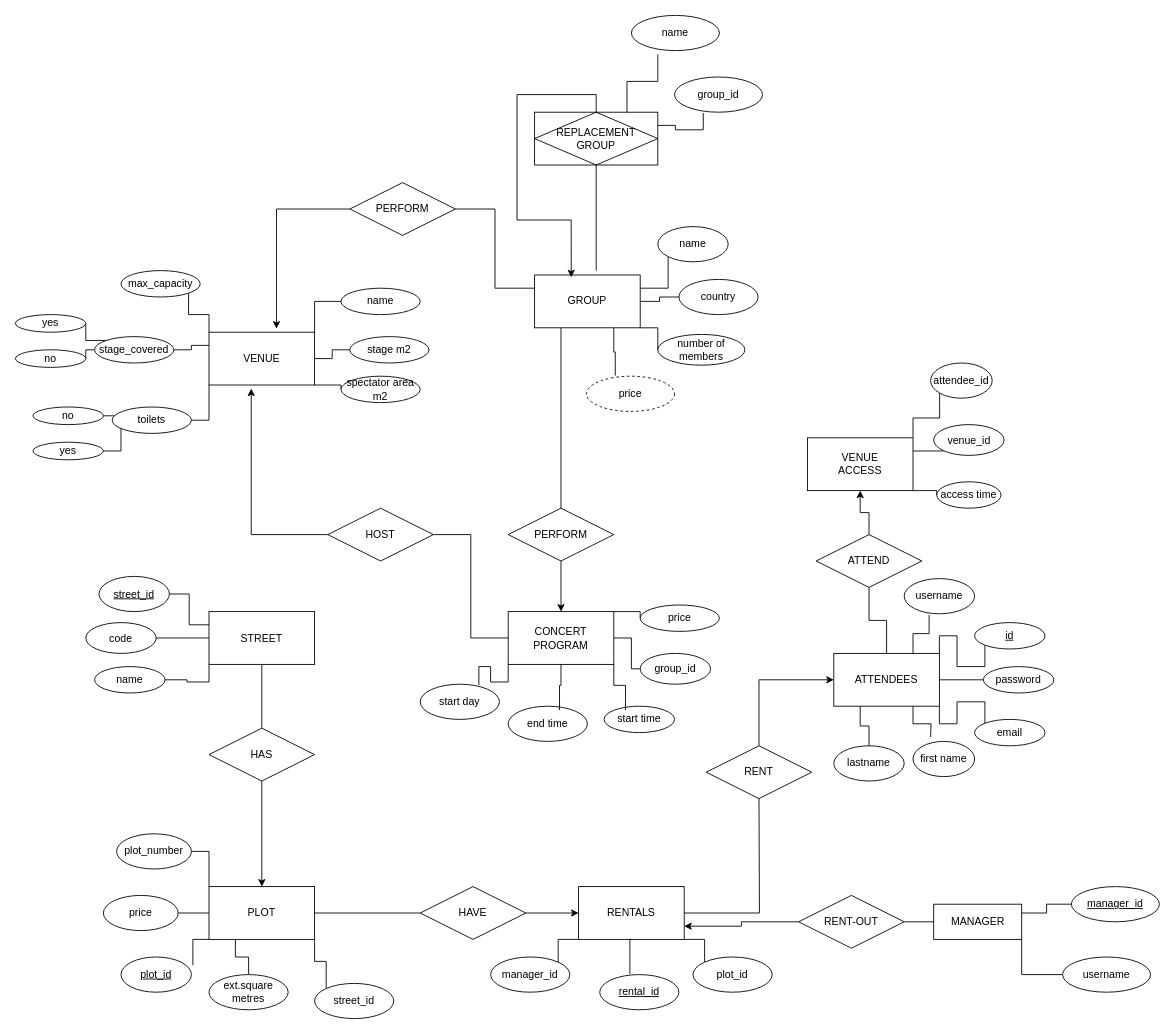
Brandy-K/disseny-DDBB keeps this draw.io diagram as Untitled Diagram.drawio. Above is the earlier version. Source tidied: cells renumbered, new cells numbered last; positions are measured from the earlier drawing's top-left corner, leaving out a move shared by most shapes. Both pictures are drawn from the tidied source at 88%, with x=0, y=0 at pixel (15, 15).
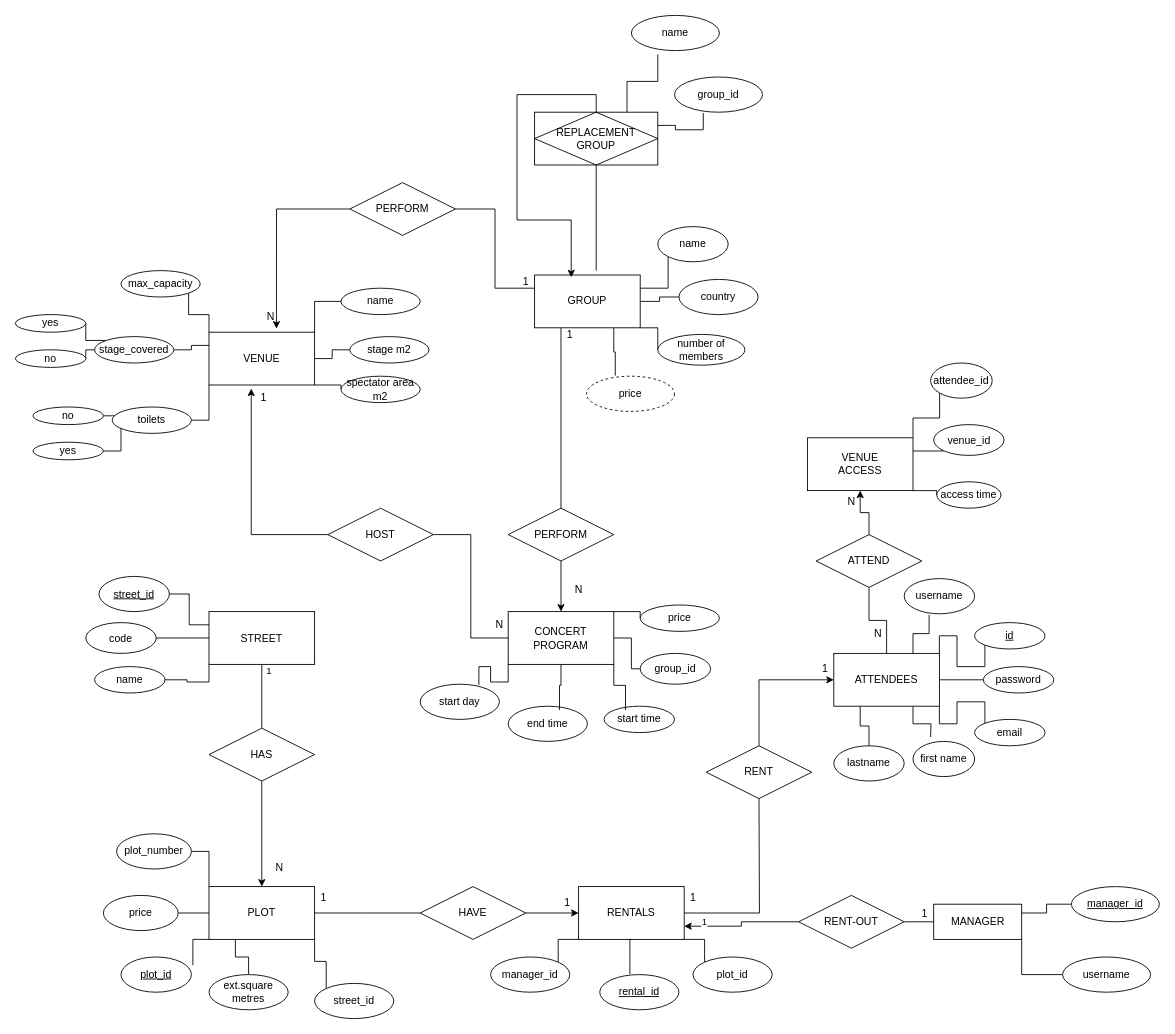
The same page after the edit.

The change refers to these unchanged cells:
```xml
<mxCell id="32" style="edgeStyle=orthogonalEdgeStyle;rounded=0;jettySize=auto;html=1;exitX=0.5;exitY=1;exitDx=0;exitDy=0;endArrow=none;endFill=0;" parent="1" edge="1" source="33">
  <mxGeometry relative="1" as="geometry">
    <mxPoint x="280" y="810" as="targetPoint" />
  </mxGeometry>
</mxCell>
<mxCell id="110" style="edgeStyle=orthogonalEdgeStyle;rounded=0;jettySize=auto;html=1;exitX=0;exitY=0.5;exitDx=0;exitDy=0;entryX=1;entryY=0.75;entryDx=0;entryDy=0;" parent="1" edge="1" source="111" target="5">
  <mxGeometry relative="1" as="geometry" />
</mxCell>
```

What changed in the source:
```diff
@@
+    <mxCell id="123" value="1" style="edgeLabel;html=1;align=center;verticalAlign=middle;" parent="32" vertex="1">
+      <mxGeometry x="-0.81" y="7" relative="1" as="geometry" />
+    </mxCell>
@@
+    <mxCell id="124" value="1" style="edgeLabel;html=1;align=center;verticalAlign=middle;" parent="110" vertex="1">
+      <mxGeometry x="0.68" y="1" relative="1" as="geometry">
+        <mxPoint y="-7" as="offset" />
+      </mxGeometry>
+    </mxCell>
@@
+    <mxCell id="125" value="1" style="text;html=1;align=center;verticalAlign=middle;strokeColor=none;fillColor=none;" parent="1" vertex="1">
+      <mxGeometry x="615" y="348" width="30" height="30" as="geometry" />
+    </mxCell>
+    <mxCell id="126" value="N" style="text;html=1;align=center;verticalAlign=middle;strokeColor=none;fillColor=none;" parent="1" vertex="1">
+      <mxGeometry x="625" y="638" width="30" height="30" as="geometry" />
+    </mxCell>
+    <mxCell id="127" value="1" style="text;html=1;align=center;verticalAlign=middle;strokeColor=none;fillColor=none;" parent="1" vertex="1">
+      <mxGeometry x="565" y="288" width="30" height="30" as="geometry" />
+    </mxCell>
+    <mxCell id="128" value="N" style="text;html=1;align=center;verticalAlign=middle;strokeColor=none;fillColor=none;" parent="1" vertex="1">
+      <mxGeometry x="275" y="328" width="30" height="30" as="geometry" />
+    </mxCell>
+    <mxCell id="129" value="1" style="text;html=1;align=center;verticalAlign=middle;strokeColor=none;fillColor=none;" parent="1" vertex="1">
+      <mxGeometry x="267" y="420" width="30" height="30" as="geometry" />
+    </mxCell>
+    <mxCell id="130" value="N" style="text;html=1;align=center;verticalAlign=middle;strokeColor=none;fillColor=none;" parent="1" vertex="1">
+      <mxGeometry x="535" y="678" width="30" height="30" as="geometry" />
+    </mxCell>
+    <mxCell id="131" value="N" style="text;html=1;align=center;verticalAlign=middle;strokeColor=none;fillColor=none;" parent="1" vertex="1">
+      <mxGeometry x="285" y="954" width="30" height="30" as="geometry" />
+    </mxCell>
+    <mxCell id="132" value="1" style="text;html=1;align=center;verticalAlign=middle;strokeColor=none;fillColor=none;" parent="1" vertex="1">
+      <mxGeometry x="335" y="988" width="30" height="30" as="geometry" />
+    </mxCell>
+    <mxCell id="133" value="1" style="text;html=1;align=center;verticalAlign=middle;strokeColor=none;fillColor=none;" parent="1" vertex="1">
+      <mxGeometry x="612" y="993" width="30" height="30" as="geometry" />
+    </mxCell>
+    <mxCell id="134" value="1" style="text;html=1;align=center;verticalAlign=middle;strokeColor=none;fillColor=none;" parent="1" vertex="1">
+      <mxGeometry x="755" y="988" width="30" height="30" as="geometry" />
+    </mxCell>
+    <mxCell id="135" value="1" style="text;html=1;align=center;verticalAlign=middle;strokeColor=none;fillColor=none;" parent="1" vertex="1">
+      <mxGeometry x="905" y="728" width="30" height="30" as="geometry" />
+    </mxCell>
+    <mxCell id="136" value="1" style="text;html=1;align=center;verticalAlign=middle;strokeColor=none;fillColor=none;" parent="1" vertex="1">
+      <mxGeometry x="1018" y="1006" width="30" height="30" as="geometry" />
+    </mxCell>
+    <mxCell id="137" value="N" style="text;html=1;align=center;verticalAlign=middle;strokeColor=none;fillColor=none;" parent="1" vertex="1">
+      <mxGeometry x="965" y="688" width="30" height="30" as="geometry" />
+    </mxCell>
+    <mxCell id="138" value="N" style="text;html=1;align=center;verticalAlign=middle;strokeColor=none;fillColor=none;" parent="1" vertex="1">
+      <mxGeometry x="935" y="538" width="30" height="30" as="geometry" />
+    </mxCell>
```
